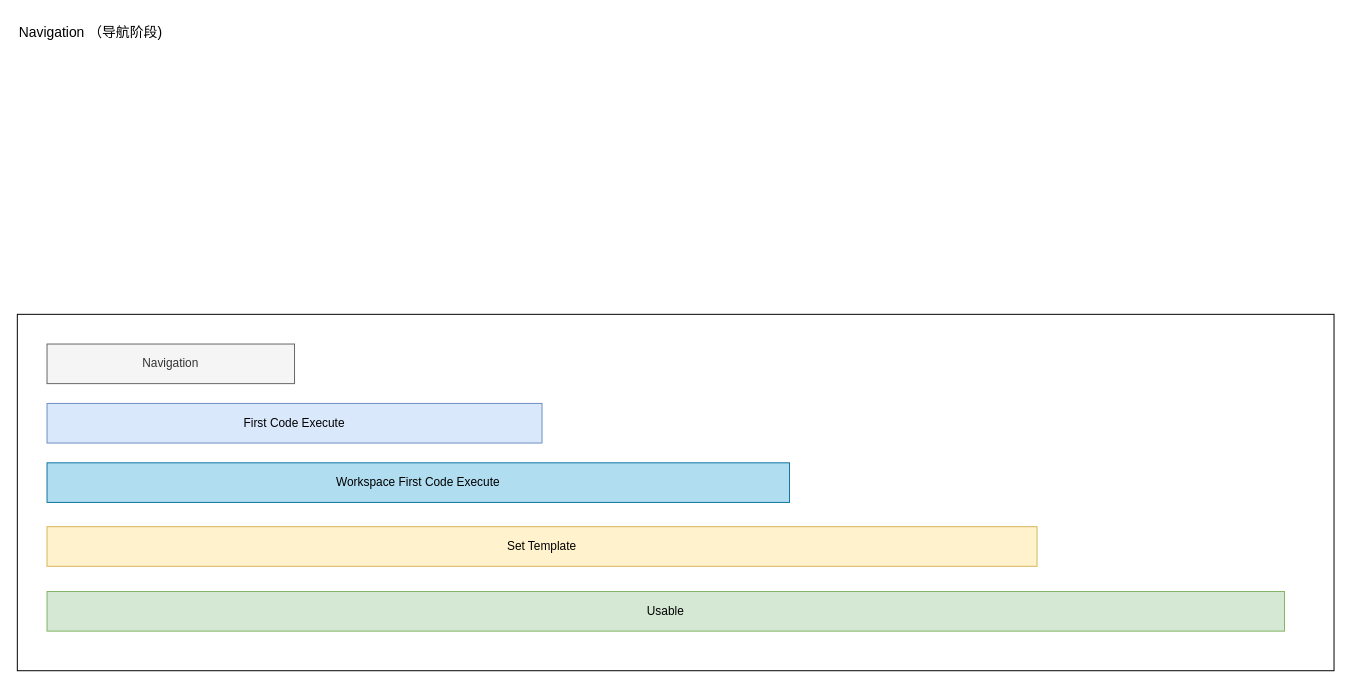
The draw.io diagram worker/核心指标-模板加载.drawio in TNT-Likely/diagrams, before the edit. Source tidied: cells renumbered, new cells numbered last; positions are measured from the earlier drawing's top-left corner, leaving out a move shared by most shapes. Both pictures are drawn from the tidied source at 99%, with x=0, y=0 at pixel (17, 17).
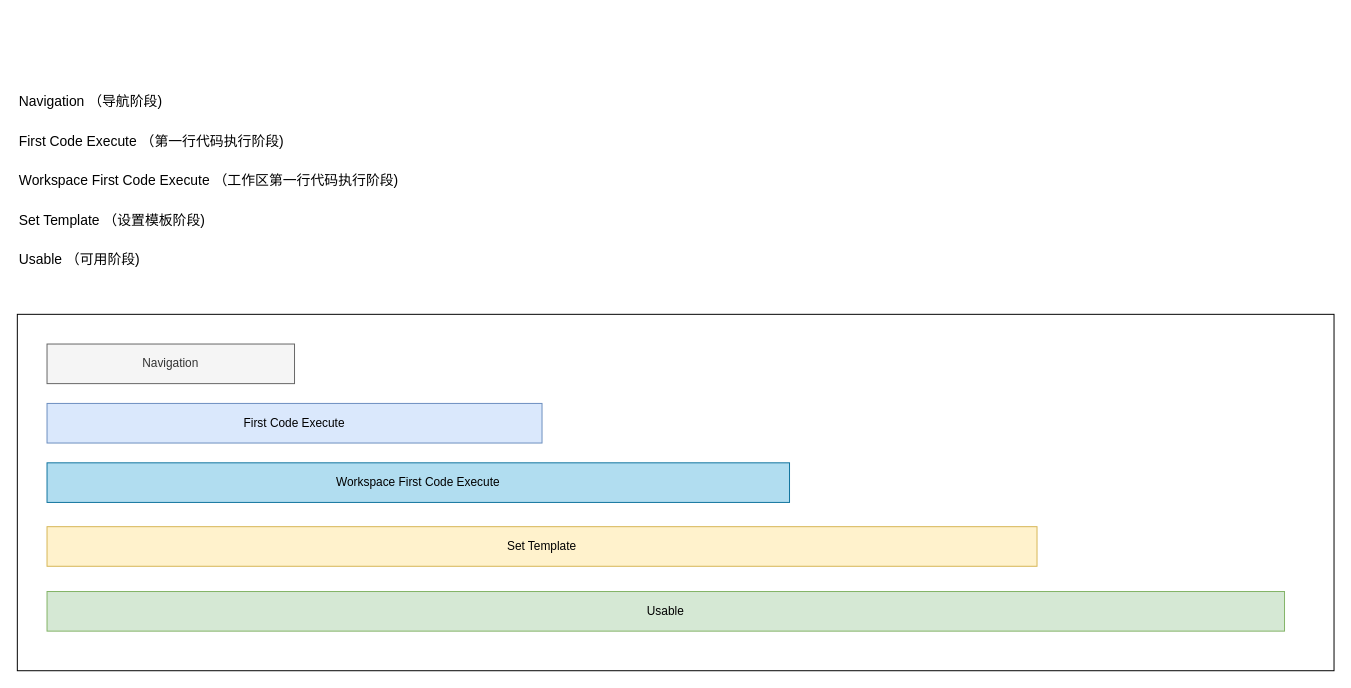
Above is the later version.

Commit message (it also covers changes not shown here):
更新核心指标-模板加载.drawio

Diff of the diagram source:
```diff
@@
 <mxGraphModel>
   <root>
     <mxCell id="0" />
     <mxCell id="1" parent="0" />
     <mxCell id="2" style="rounded=0;whiteSpace=wrap;html=1;" parent="1" vertex="1">
       <mxGeometry y="300" width="1330" height="360" as="geometry" />
     </mxCell>
     <mxCell id="3" value="Navigation" style="rounded=0;whiteSpace=wrap;html=1;fillColor=#f5f5f5;strokeColor=#666666;fontColor=#333333;" parent="1" vertex="1">
       <mxGeometry x="30" y="330" width="250" height="40" as="geometry" />
     </mxCell>
     <mxCell id="4" value="Navigation （导航阶段)" style="text;html=1;strokeColor=none;fillColor=none;align=left;verticalAlign=middle;whiteSpace=wrap;rounded=0;fontSize=14;" parent="1" vertex="1">
-      <mxGeometry width="320" height="30" as="geometry" />
+      <mxGeometry y="70" width="320" height="30" as="geometry" />
     </mxCell>
     <mxCell id="5" value="First Code Execute" style="rounded=0;whiteSpace=wrap;html=1;fillColor=#dae8fc;strokeColor=#6c8ebf;" parent="1" vertex="1">
       <mxGeometry x="30" y="390" width="500" height="40" as="geometry" />
     </mxCell>
     <mxCell id="6" value="Workspace First Code Execute" style="rounded=0;whiteSpace=wrap;html=1;fillColor=#b1ddf0;strokeColor=#10739e;" parent="1" vertex="1">
       <mxGeometry x="30" y="450" width="750" height="40" as="geometry" />
     </mxCell>
     <mxCell id="7" value="Set Template" style="rounded=0;whiteSpace=wrap;html=1;fillColor=#fff2cc;strokeColor=#d6b656;" parent="1" vertex="1">
       <mxGeometry x="30" y="514.5" width="1000" height="40" as="geometry" />
     </mxCell>
     <mxCell id="8" value="Usable" style="rounded=0;whiteSpace=wrap;html=1;fillColor=#d5e8d4;strokeColor=#82b366;" parent="1" vertex="1">
       <mxGeometry x="30" y="580" width="1250" height="40" as="geometry" />
     </mxCell>
+    <mxCell id="9" value="First Code Execute （第一行代码执行阶段)" style="text;html=1;strokeColor=none;fillColor=none;align=left;verticalAlign=middle;whiteSpace=wrap;rounded=0;fontSize=14;" parent="1" vertex="1">
+      <mxGeometry y="110" width="320" height="30" as="geometry" />
+    </mxCell>
+    <mxCell id="10" value="Workspace First Code Execute （工作区第一行代码执行阶段)" style="text;html=1;strokeColor=none;fillColor=none;align=left;verticalAlign=middle;whiteSpace=wrap;rounded=0;fontSize=14;" parent="1" vertex="1">
+      <mxGeometry y="150" width="390" height="30" as="geometry" />
+    </mxCell>
+    <mxCell id="11" value="Set Template （设置模板阶段)" style="text;html=1;strokeColor=none;fillColor=none;align=left;verticalAlign=middle;whiteSpace=wrap;rounded=0;fontSize=14;" parent="1" vertex="1">
+      <mxGeometry y="190" width="350" height="30" as="geometry" />
+    </mxCell>
+    <mxCell id="12" value="Usable （可用阶段)" style="text;html=1;strokeColor=none;fillColor=none;align=left;verticalAlign=middle;whiteSpace=wrap;rounded=0;fontSize=14;" parent="1" vertex="1">
+      <mxGeometry y="230" width="350" height="30" as="geometry" />
+    </mxCell>
   </root>
 </mxGraphModel>
```
